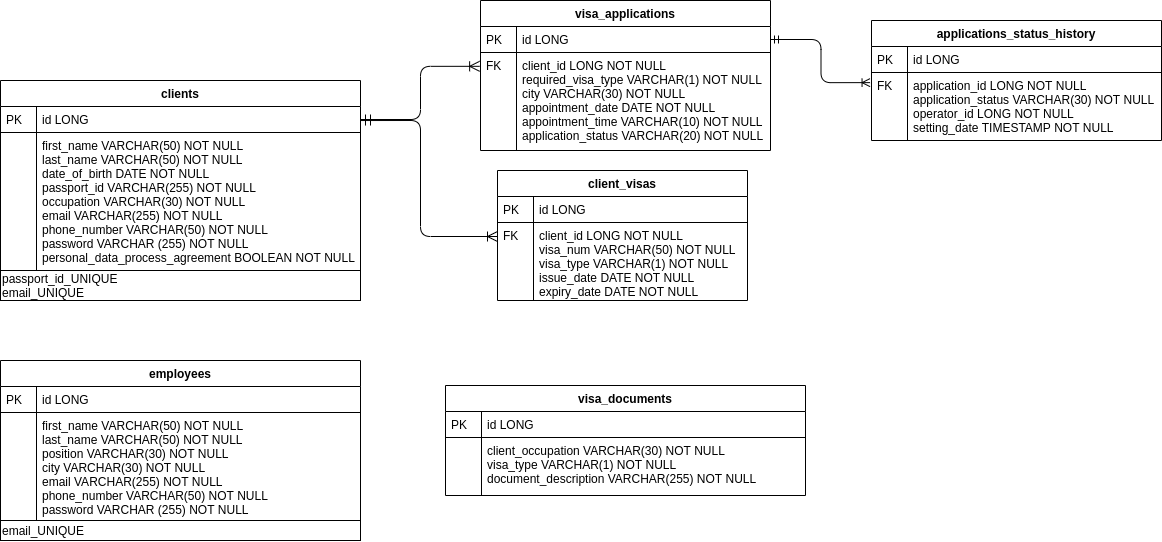
The draw.io diagram images/db.png in olegyev/polish-visa-center, before a commit. Source tidied: cells renumbered, new cells last; positions are measured from the earlier drawing's top-left corner, leaving out a move shared by most shapes. Source of this version:
```xml
<mxGraphModel>
  <root>
    <mxCell id="0" />
    <mxCell id="1" parent="0" />
    <mxCell id="2" style="edgeStyle=orthogonalEdgeStyle;endArrow=ERoneToMany;startArrow=ERmandOne;shadow=0;strokeWidth=1;endSize=8;startSize=8;endFill=0;entryX=-0.003;entryY=0.141;entryDx=0;entryDy=0;entryPerimeter=0;" parent="1" edge="1" source="4" target="13">
      <mxGeometry relative="1" as="geometry">
        <Array as="points">
          <mxPoint x="420" y="119" />
          <mxPoint x="420" y="66" />
        </Array>
      </mxGeometry>
    </mxCell>
    <mxCell id="3" value="clients" style="swimlane;fontStyle=1;horizontal=1;startSize=26;rounded=0;shadow=0;strokeWidth=1;" parent="1" vertex="1">
      <mxGeometry y="80" width="360" height="220" as="geometry" />
    </mxCell>
    <mxCell id="4" value="id LONG" style="shape=partialRectangle;top=0;left=0;right=0;bottom=1;align=left;verticalAlign=top;fillColor=none;spacingLeft=40;spacingRight=4;overflow=hidden;points=[[0,0.5],[1,0.5]];portConstraint=eastwest;rounded=0;shadow=0;strokeWidth=1;fontStyle=0;" parent="3" vertex="1">
      <mxGeometry y="26" width="360" height="26" as="geometry" />
    </mxCell>
    <mxCell id="5" value="PK" style="shape=partialRectangle;top=0;left=0;bottom=0;fillColor=none;align=left;verticalAlign=top;spacingLeft=4;spacingRight=4;overflow=hidden;" parent="4" vertex="1">
      <mxGeometry width="36" height="26" as="geometry" />
    </mxCell>
    <mxCell id="6" value="first_name VARCHAR(50) NOT NULL&#10;last_name VARCHAR(50) NOT NULL&#10;date_of_birth DATE NOT NULL&#10;passport_id VARCHAR(255) NOT NULL&#10;occupation VARCHAR(30) NOT NULL&#10;email VARCHAR(255) NOT NULL&#10;phone_number VARCHAR(50) NOT NULL&#10;password VARCHAR (255) NOT NULL&#10;personal_data_process_agreement BOOLEAN NOT NULL " style="shape=partialRectangle;top=0;left=0;right=0;bottom=0;align=left;verticalAlign=top;fillColor=none;spacingLeft=40;spacingRight=4;overflow=hidden;rounded=0;shadow=0;strokeWidth=1;" parent="3" vertex="1">
      <mxGeometry y="52" width="360" height="138" as="geometry" />
    </mxCell>
    <mxCell id="7" style="shape=partialRectangle;top=0;left=0;bottom=0;fillColor=none;align=left;verticalAlign=top;spacingLeft=4;spacingRight=4;overflow=hidden;" parent="6" vertex="1">
      <mxGeometry width="36" height="138" as="geometry" />
    </mxCell>
    <mxCell id="8" value="passport_id_UNIQUE&lt;br&gt;email_UNIQUE" style="text;html=1;align=left;verticalAlign=middle;strokeColor=#000000;fillColor=none;rounded=0;glass=0;" parent="3" vertex="1">
      <mxGeometry y="190" width="360" height="30" as="geometry" />
    </mxCell>
    <mxCell id="9" style="edgeStyle=orthogonalEdgeStyle;rounded=1;jettySize=auto;html=1;endArrow=ERoneToMany;endFill=0;strokeColor=#000000;startArrow=ERmandOne;startFill=0;exitX=1;exitY=0.5;exitDx=0;exitDy=0;entryX=-0.005;entryY=0.149;entryDx=0;entryDy=0;entryPerimeter=0;" parent="1" edge="1" source="11" target="24">
      <mxGeometry relative="1" as="geometry" />
    </mxCell>
    <mxCell id="10" value="visa_applications" style="swimlane;fontStyle=1;horizontal=1;startSize=26;rounded=0;shadow=0;strokeWidth=1;" parent="1" vertex="1">
      <mxGeometry x="480" width="290" height="150" as="geometry" />
    </mxCell>
    <mxCell id="11" value="id LONG" style="shape=partialRectangle;top=0;left=0;right=0;bottom=1;align=left;verticalAlign=top;fillColor=none;spacingLeft=40;spacingRight=4;overflow=hidden;points=[[0,0.5],[1,0.5]];portConstraint=eastwest;rounded=0;shadow=0;strokeWidth=1;fontStyle=0;" parent="10" vertex="1">
      <mxGeometry y="26" width="290" height="26" as="geometry" />
    </mxCell>
    <mxCell id="12" value="PK" style="shape=partialRectangle;top=0;left=0;bottom=0;fillColor=none;align=left;verticalAlign=top;spacingLeft=4;spacingRight=4;overflow=hidden;" parent="11" vertex="1">
      <mxGeometry width="36" height="26" as="geometry" />
    </mxCell>
    <mxCell id="13" value="client_id LONG NOT NULL&#10;required_visa_type VARCHAR(1) NOT NULL&#10;city VARCHAR(30) NOT NULL&#10;appointment_date DATE NOT NULL&#10;appointment_time VARCHAR(10) NOT NULL&#10;application_status VARCHAR(20) NOT NULL&#10;" style="shape=partialRectangle;top=0;left=0;right=0;bottom=0;align=left;verticalAlign=top;fillColor=none;spacingLeft=40;spacingRight=4;overflow=hidden;points=[[0,0.5],[1,0.5]];portConstraint=eastwest;rounded=0;shadow=0;strokeWidth=1;" parent="10" vertex="1">
      <mxGeometry y="52" width="290" height="98" as="geometry" />
    </mxCell>
    <mxCell id="14" value="FK" style="shape=partialRectangle;top=0;left=0;bottom=0;fillColor=none;align=left;verticalAlign=top;spacingLeft=4;spacingRight=4;overflow=hidden;" parent="13" vertex="1">
      <mxGeometry width="36" height="98" as="geometry" />
    </mxCell>
    <mxCell id="15" style="edgeStyle=orthogonalEdgeStyle;endArrow=ERoneToMany;startArrow=ERmandOne;shadow=0;strokeWidth=1;endSize=8;startSize=8;endFill=0;" parent="1" edge="1" target="19">
      <mxGeometry relative="1" as="geometry">
        <mxPoint x="360" y="120" as="sourcePoint" />
        <Array as="points">
          <mxPoint x="420" y="120" />
          <mxPoint x="420" y="236" />
        </Array>
      </mxGeometry>
    </mxCell>
    <mxCell id="16" value="client_visas" style="swimlane;fontStyle=1;horizontal=1;startSize=26;rounded=0;shadow=0;strokeWidth=1;" parent="1" vertex="1">
      <mxGeometry x="497" y="170" width="250" height="130" as="geometry" />
    </mxCell>
    <mxCell id="17" value="id LONG" style="shape=partialRectangle;top=0;left=0;right=0;bottom=1;align=left;verticalAlign=top;fillColor=none;spacingLeft=40;spacingRight=4;overflow=hidden;rounded=0;shadow=0;strokeWidth=1;fontStyle=0;" parent="16" vertex="1">
      <mxGeometry y="26" width="250" height="26" as="geometry" />
    </mxCell>
    <mxCell id="18" value="PK" style="shape=partialRectangle;top=0;left=0;bottom=0;fillColor=none;align=left;verticalAlign=top;spacingLeft=4;spacingRight=4;overflow=hidden;" parent="17" vertex="1">
      <mxGeometry width="36" height="26" as="geometry" />
    </mxCell>
    <mxCell id="19" value="client_id LONG NOT NULL&#10;visa_num VARCHAR(50) NOT NULL&#10;visa_type VARCHAR(1) NOT NULL&#10;issue_date DATE NOT NULL&#10;expiry_date DATE NOT NULL&#10;" style="shape=partialRectangle;top=0;left=0;right=0;bottom=0;align=left;verticalAlign=top;fillColor=none;spacingLeft=40;spacingRight=4;overflow=hidden;points=[[0,0.5],[1,0.5]];portConstraint=eastwest;rounded=0;shadow=0;strokeWidth=1;" parent="16" vertex="1">
      <mxGeometry y="52" width="250" height="78" as="geometry" />
    </mxCell>
    <mxCell id="20" value="FK" style="shape=partialRectangle;top=0;left=0;bottom=0;fillColor=none;align=left;verticalAlign=top;spacingLeft=4;spacingRight=4;overflow=hidden;" parent="19" vertex="1">
      <mxGeometry width="36" height="78" as="geometry" />
    </mxCell>
    <mxCell id="21" value="applications_status_history" style="swimlane;fontStyle=1;horizontal=1;startSize=26;rounded=0;shadow=0;strokeWidth=1;" parent="1" vertex="1">
      <mxGeometry x="871" y="20" width="290" height="120" as="geometry" />
    </mxCell>
    <mxCell id="22" value="id LONG" style="shape=partialRectangle;top=0;left=0;right=0;bottom=1;align=left;verticalAlign=top;fillColor=none;spacingLeft=40;spacingRight=4;overflow=hidden;rounded=0;shadow=0;strokeWidth=1;fontStyle=0;" parent="21" vertex="1">
      <mxGeometry y="26" width="290" height="26" as="geometry" />
    </mxCell>
    <mxCell id="23" value="PK" style="shape=partialRectangle;top=0;left=0;bottom=0;fillColor=none;align=left;verticalAlign=top;spacingLeft=4;spacingRight=4;overflow=hidden;" parent="22" vertex="1">
      <mxGeometry width="36" height="26" as="geometry" />
    </mxCell>
    <mxCell id="24" value="application_id LONG NOT NULL&#10;application_status VARCHAR(30) NOT NULL&#10;operator_id LONG NOT NULL&#10;setting_date TIMESTAMP NOT NULL&#10;" style="shape=partialRectangle;top=0;left=0;right=0;bottom=0;align=left;verticalAlign=top;fillColor=none;spacingLeft=40;spacingRight=4;overflow=hidden;points=[[0,0.5],[1,0.5]];portConstraint=eastwest;rounded=0;shadow=0;strokeWidth=1;" parent="21" vertex="1">
      <mxGeometry y="52" width="290" height="68" as="geometry" />
    </mxCell>
    <mxCell id="25" value="FK" style="shape=partialRectangle;top=0;left=0;bottom=0;fillColor=none;align=left;verticalAlign=top;spacingLeft=4;spacingRight=4;overflow=hidden;" parent="24" vertex="1">
      <mxGeometry width="36" height="68" as="geometry" />
    </mxCell>
    <mxCell id="26" value="employees" style="swimlane;fontStyle=1;horizontal=1;startSize=26;rounded=0;shadow=0;strokeWidth=1;" parent="1" vertex="1">
      <mxGeometry y="360" width="360" height="180" as="geometry" />
    </mxCell>
    <mxCell id="27" value="id LONG" style="shape=partialRectangle;top=0;left=0;right=0;bottom=1;align=left;verticalAlign=top;fillColor=none;spacingLeft=40;spacingRight=4;overflow=hidden;rounded=0;shadow=0;strokeWidth=1;fontStyle=0;" parent="26" vertex="1">
      <mxGeometry y="26" width="360" height="26" as="geometry" />
    </mxCell>
    <mxCell id="28" value="PK" style="shape=partialRectangle;top=0;left=0;bottom=0;fillColor=none;align=left;verticalAlign=top;spacingLeft=4;spacingRight=4;overflow=hidden;" parent="27" vertex="1">
      <mxGeometry width="36" height="26" as="geometry" />
    </mxCell>
    <mxCell id="29" value="first_name VARCHAR(50) NOT NULL&#10;last_name VARCHAR(50) NOT NULL&#10;position VARCHAR(30) NOT NULL&#10;city VARCHAR(30) NOT NULL&#10;email VARCHAR(255) NOT NULL&#10;phone_number VARCHAR(50) NOT NULL&#10;password VARCHAR (255) NOT NULL" style="shape=partialRectangle;top=0;left=0;right=0;bottom=0;align=left;verticalAlign=top;fillColor=none;spacingLeft=40;spacingRight=4;overflow=hidden;rounded=0;shadow=0;strokeWidth=1;" parent="26" vertex="1">
      <mxGeometry y="52" width="360" height="108" as="geometry" />
    </mxCell>
    <mxCell id="30" style="shape=partialRectangle;top=0;left=0;bottom=0;fillColor=none;align=left;verticalAlign=top;spacingLeft=4;spacingRight=4;overflow=hidden;" parent="29" vertex="1">
      <mxGeometry width="36" height="108" as="geometry" />
    </mxCell>
    <mxCell id="31" value="email_UNIQUE" style="text;html=1;align=left;verticalAlign=middle;strokeColor=#000000;fillColor=none;rounded=0;glass=0;" parent="26" vertex="1">
      <mxGeometry y="160" width="360" height="20" as="geometry" />
    </mxCell>
    <mxCell id="32" value="visa_documents" style="swimlane;fontStyle=1;horizontal=1;startSize=26;rounded=0;shadow=0;strokeWidth=1;" parent="1" vertex="1">
      <mxGeometry x="445" y="385" width="360" height="110" as="geometry" />
    </mxCell>
    <mxCell id="33" value="id LONG" style="shape=partialRectangle;top=0;left=0;right=0;bottom=1;align=left;verticalAlign=top;fillColor=none;spacingLeft=40;spacingRight=4;overflow=hidden;rounded=0;shadow=0;strokeWidth=1;fontStyle=0;" parent="32" vertex="1">
      <mxGeometry y="26" width="360" height="26" as="geometry" />
    </mxCell>
    <mxCell id="34" value="PK" style="shape=partialRectangle;top=0;left=0;bottom=0;fillColor=none;align=left;verticalAlign=top;spacingLeft=4;spacingRight=4;overflow=hidden;" parent="33" vertex="1">
      <mxGeometry width="36" height="26" as="geometry" />
    </mxCell>
    <mxCell id="35" value="client_occupation VARCHAR(30) NOT NULL&#10;visa_type VARCHAR(1) NOT NULL&#10;document_description VARCHAR(255) NOT NULL" style="shape=partialRectangle;top=0;left=0;right=0;bottom=0;align=left;verticalAlign=top;fillColor=none;spacingLeft=40;spacingRight=4;overflow=hidden;rounded=0;shadow=0;strokeWidth=1;" parent="32" vertex="1">
      <mxGeometry y="52" width="360" height="58" as="geometry" />
    </mxCell>
    <mxCell id="36" style="shape=partialRectangle;top=0;left=0;bottom=0;fillColor=none;align=left;verticalAlign=top;spacingLeft=4;spacingRight=4;overflow=hidden;" parent="35" vertex="1">
      <mxGeometry width="36" height="58" as="geometry" />
    </mxCell>
  </root>
</mxGraphModel>
```
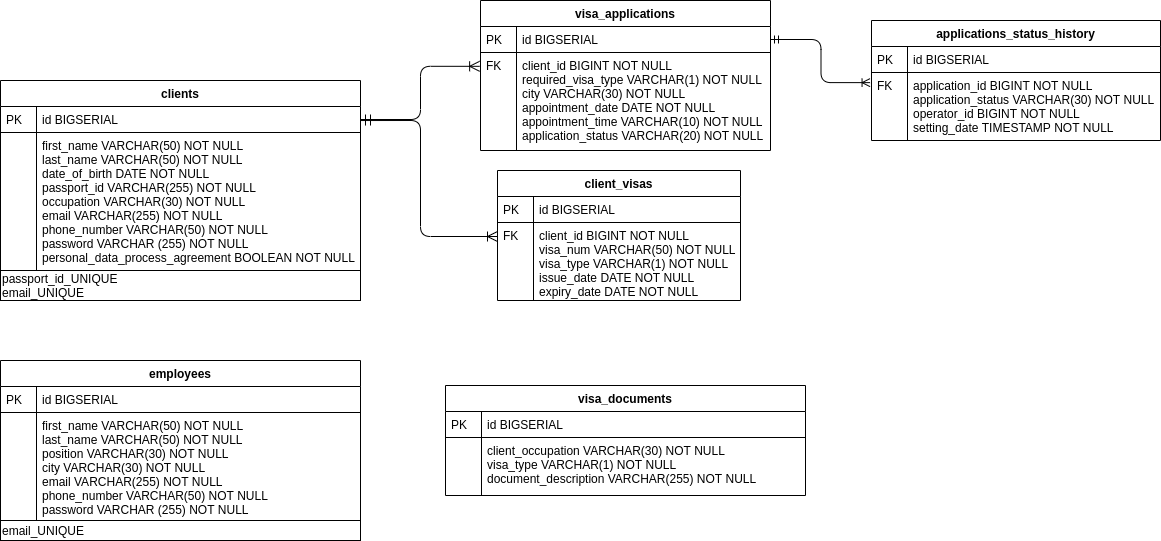
Later version of the same file.

What changed in the source:
```diff
@@ -13,7 +13,7 @@
     <mxCell id="3" value="clients" style="swimlane;fontStyle=1;horizontal=1;startSize=26;rounded=0;shadow=0;strokeWidth=1;" parent="1" vertex="1">
       <mxGeometry y="80" width="360" height="220" as="geometry" />
     </mxCell>
-    <mxCell id="4" value="id LONG" style="shape=partialRectangle;top=0;left=0;right=0;bottom=1;align=left;verticalAlign=top;fillColor=none;spacingLeft=40;spacingRight=4;overflow=hidden;points=[[0,0.5],[1,0.5]];portConstraint=eastwest;rounded=0;shadow=0;strokeWidth=1;fontStyle=0;" parent="3" vertex="1">
+    <mxCell id="4" value="id BIGSERIAL" style="shape=partialRectangle;top=0;left=0;right=0;bottom=1;align=left;verticalAlign=top;fillColor=none;spacingLeft=40;spacingRight=4;overflow=hidden;points=[[0,0.5],[1,0.5]];portConstraint=eastwest;rounded=0;shadow=0;strokeWidth=1;fontStyle=0;" parent="3" vertex="1">
       <mxGeometry y="26" width="360" height="26" as="geometry" />
     </mxCell>
     <mxCell id="5" value="PK" style="shape=partialRectangle;top=0;left=0;bottom=0;fillColor=none;align=left;verticalAlign=top;spacingLeft=4;spacingRight=4;overflow=hidden;" parent="4" vertex="1">
@@ -34,13 +34,13 @@
     <mxCell id="10" value="visa_applications" style="swimlane;fontStyle=1;horizontal=1;startSize=26;rounded=0;shadow=0;strokeWidth=1;" parent="1" vertex="1">
       <mxGeometry x="480" width="290" height="150" as="geometry" />
     </mxCell>
-    <mxCell id="11" value="id LONG" style="shape=partialRectangle;top=0;left=0;right=0;bottom=1;align=left;verticalAlign=top;fillColor=none;spacingLeft=40;spacingRight=4;overflow=hidden;points=[[0,0.5],[1,0.5]];portConstraint=eastwest;rounded=0;shadow=0;strokeWidth=1;fontStyle=0;" parent="10" vertex="1">
+    <mxCell id="11" value="id BIGSERIAL" style="shape=partialRectangle;top=0;left=0;right=0;bottom=1;align=left;verticalAlign=top;fillColor=none;spacingLeft=40;spacingRight=4;overflow=hidden;points=[[0,0.5],[1,0.5]];portConstraint=eastwest;rounded=0;shadow=0;strokeWidth=1;fontStyle=0;" parent="10" vertex="1">
       <mxGeometry y="26" width="290" height="26" as="geometry" />
     </mxCell>
     <mxCell id="12" value="PK" style="shape=partialRectangle;top=0;left=0;bottom=0;fillColor=none;align=left;verticalAlign=top;spacingLeft=4;spacingRight=4;overflow=hidden;" parent="11" vertex="1">
       <mxGeometry width="36" height="26" as="geometry" />
     </mxCell>
-    <mxCell id="13" value="client_id LONG NOT NULL&#10;required_visa_type VARCHAR(1) NOT NULL&#10;city VARCHAR(30) NOT NULL&#10;appointment_date DATE NOT NULL&#10;appointment_time VARCHAR(10) NOT NULL&#10;application_status VARCHAR(20) NOT NULL&#10;" style="shape=partialRectangle;top=0;left=0;right=0;bottom=0;align=left;verticalAlign=top;fillColor=none;spacingLeft=40;spacingRight=4;overflow=hidden;points=[[0,0.5],[1,0.5]];portConstraint=eastwest;rounded=0;shadow=0;strokeWidth=1;" parent="10" vertex="1">
+    <mxCell id="13" value="client_id BIGINT NOT NULL&#10;required_visa_type VARCHAR(1) NOT NULL&#10;city VARCHAR(30) NOT NULL&#10;appointment_date DATE NOT NULL&#10;appointment_time VARCHAR(10) NOT NULL&#10;application_status VARCHAR(20) NOT NULL&#10;" style="shape=partialRectangle;top=0;left=0;right=0;bottom=0;align=left;verticalAlign=top;fillColor=none;spacingLeft=40;spacingRight=4;overflow=hidden;points=[[0,0.5],[1,0.5]];portConstraint=eastwest;rounded=0;shadow=0;strokeWidth=1;" parent="10" vertex="1">
       <mxGeometry y="52" width="290" height="98" as="geometry" />
     </mxCell>
     <mxCell id="14" value="FK" style="shape=partialRectangle;top=0;left=0;bottom=0;fillColor=none;align=left;verticalAlign=top;spacingLeft=4;spacingRight=4;overflow=hidden;" parent="13" vertex="1">
@@ -56,31 +56,31 @@
       </mxGeometry>
     </mxCell>
     <mxCell id="16" value="client_visas" style="swimlane;fontStyle=1;horizontal=1;startSize=26;rounded=0;shadow=0;strokeWidth=1;" parent="1" vertex="1">
-      <mxGeometry x="497" y="170" width="250" height="130" as="geometry" />
+      <mxGeometry x="497" y="170" width="243" height="130" as="geometry" />
     </mxCell>
-    <mxCell id="17" value="id LONG" style="shape=partialRectangle;top=0;left=0;right=0;bottom=1;align=left;verticalAlign=top;fillColor=none;spacingLeft=40;spacingRight=4;overflow=hidden;rounded=0;shadow=0;strokeWidth=1;fontStyle=0;" parent="16" vertex="1">
-      <mxGeometry y="26" width="250" height="26" as="geometry" />
+    <mxCell id="17" value="id BIGSERIAL" style="shape=partialRectangle;top=0;left=0;right=0;bottom=1;align=left;verticalAlign=top;fillColor=none;spacingLeft=40;spacingRight=4;overflow=hidden;rounded=0;shadow=0;strokeWidth=1;fontStyle=0;" parent="16" vertex="1">
+      <mxGeometry y="26" width="243" height="26" as="geometry" />
     </mxCell>
     <mxCell id="18" value="PK" style="shape=partialRectangle;top=0;left=0;bottom=0;fillColor=none;align=left;verticalAlign=top;spacingLeft=4;spacingRight=4;overflow=hidden;" parent="17" vertex="1">
       <mxGeometry width="36" height="26" as="geometry" />
     </mxCell>
-    <mxCell id="19" value="client_id LONG NOT NULL&#10;visa_num VARCHAR(50) NOT NULL&#10;visa_type VARCHAR(1) NOT NULL&#10;issue_date DATE NOT NULL&#10;expiry_date DATE NOT NULL&#10;" style="shape=partialRectangle;top=0;left=0;right=0;bottom=0;align=left;verticalAlign=top;fillColor=none;spacingLeft=40;spacingRight=4;overflow=hidden;points=[[0,0.5],[1,0.5]];portConstraint=eastwest;rounded=0;shadow=0;strokeWidth=1;" parent="16" vertex="1">
-      <mxGeometry y="52" width="250" height="78" as="geometry" />
+    <mxCell id="19" value="client_id BIGINT NOT NULL&#10;visa_num VARCHAR(50) NOT NULL&#10;visa_type VARCHAR(1) NOT NULL&#10;issue_date DATE NOT NULL&#10;expiry_date DATE NOT NULL&#10;" style="shape=partialRectangle;top=0;left=0;right=0;bottom=0;align=left;verticalAlign=top;fillColor=none;spacingLeft=40;spacingRight=4;overflow=hidden;points=[[0,0.5],[1,0.5]];portConstraint=eastwest;rounded=0;shadow=0;strokeWidth=1;" parent="16" vertex="1">
+      <mxGeometry y="52" width="243" height="78" as="geometry" />
     </mxCell>
     <mxCell id="20" value="FK" style="shape=partialRectangle;top=0;left=0;bottom=0;fillColor=none;align=left;verticalAlign=top;spacingLeft=4;spacingRight=4;overflow=hidden;" parent="19" vertex="1">
       <mxGeometry width="36" height="78" as="geometry" />
     </mxCell>
     <mxCell id="21" value="applications_status_history" style="swimlane;fontStyle=1;horizontal=1;startSize=26;rounded=0;shadow=0;strokeWidth=1;" parent="1" vertex="1">
-      <mxGeometry x="871" y="20" width="290" height="120" as="geometry" />
+      <mxGeometry x="871" y="20" width="289" height="120" as="geometry" />
     </mxCell>
-    <mxCell id="22" value="id LONG" style="shape=partialRectangle;top=0;left=0;right=0;bottom=1;align=left;verticalAlign=top;fillColor=none;spacingLeft=40;spacingRight=4;overflow=hidden;rounded=0;shadow=0;strokeWidth=1;fontStyle=0;" parent="21" vertex="1">
-      <mxGeometry y="26" width="290" height="26" as="geometry" />
+    <mxCell id="22" value="id BIGSERIAL" style="shape=partialRectangle;top=0;left=0;right=0;bottom=1;align=left;verticalAlign=top;fillColor=none;spacingLeft=40;spacingRight=4;overflow=hidden;rounded=0;shadow=0;strokeWidth=1;fontStyle=0;" parent="21" vertex="1">
+      <mxGeometry y="26" width="289" height="26" as="geometry" />
     </mxCell>
     <mxCell id="23" value="PK" style="shape=partialRectangle;top=0;left=0;bottom=0;fillColor=none;align=left;verticalAlign=top;spacingLeft=4;spacingRight=4;overflow=hidden;" parent="22" vertex="1">
       <mxGeometry width="36" height="26" as="geometry" />
     </mxCell>
-    <mxCell id="24" value="application_id LONG NOT NULL&#10;application_status VARCHAR(30) NOT NULL&#10;operator_id LONG NOT NULL&#10;setting_date TIMESTAMP NOT NULL&#10;" style="shape=partialRectangle;top=0;left=0;right=0;bottom=0;align=left;verticalAlign=top;fillColor=none;spacingLeft=40;spacingRight=4;overflow=hidden;points=[[0,0.5],[1,0.5]];portConstraint=eastwest;rounded=0;shadow=0;strokeWidth=1;" parent="21" vertex="1">
-      <mxGeometry y="52" width="290" height="68" as="geometry" />
+    <mxCell id="24" value="application_id BIGINT NOT NULL&#10;application_status VARCHAR(30) NOT NULL&#10;operator_id BIGINT NOT NULL&#10;setting_date TIMESTAMP NOT NULL&#10;" style="shape=partialRectangle;top=0;left=0;right=0;bottom=0;align=left;verticalAlign=top;fillColor=none;spacingLeft=40;spacingRight=4;overflow=hidden;points=[[0,0.5],[1,0.5]];portConstraint=eastwest;rounded=0;shadow=0;strokeWidth=1;" parent="21" vertex="1">
+      <mxGeometry y="52" width="289" height="68" as="geometry" />
     </mxCell>
     <mxCell id="25" value="FK" style="shape=partialRectangle;top=0;left=0;bottom=0;fillColor=none;align=left;verticalAlign=top;spacingLeft=4;spacingRight=4;overflow=hidden;" parent="24" vertex="1">
       <mxGeometry width="36" height="68" as="geometry" />
@@ -88,7 +88,7 @@
     <mxCell id="26" value="employees" style="swimlane;fontStyle=1;horizontal=1;startSize=26;rounded=0;shadow=0;strokeWidth=1;" parent="1" vertex="1">
       <mxGeometry y="360" width="360" height="180" as="geometry" />
     </mxCell>
-    <mxCell id="27" value="id LONG" style="shape=partialRectangle;top=0;left=0;right=0;bottom=1;align=left;verticalAlign=top;fillColor=none;spacingLeft=40;spacingRight=4;overflow=hidden;rounded=0;shadow=0;strokeWidth=1;fontStyle=0;" parent="26" vertex="1">
+    <mxCell id="27" value="id BIGSERIAL" style="shape=partialRectangle;top=0;left=0;right=0;bottom=1;align=left;verticalAlign=top;fillColor=none;spacingLeft=40;spacingRight=4;overflow=hidden;rounded=0;shadow=0;strokeWidth=1;fontStyle=0;" parent="26" vertex="1">
       <mxGeometry y="26" width="360" height="26" as="geometry" />
     </mxCell>
     <mxCell id="28" value="PK" style="shape=partialRectangle;top=0;left=0;bottom=0;fillColor=none;align=left;verticalAlign=top;spacingLeft=4;spacingRight=4;overflow=hidden;" parent="27" vertex="1">
@@ -106,7 +106,7 @@
     <mxCell id="32" value="visa_documents" style="swimlane;fontStyle=1;horizontal=1;startSize=26;rounded=0;shadow=0;strokeWidth=1;" parent="1" vertex="1">
       <mxGeometry x="445" y="385" width="360" height="110" as="geometry" />
     </mxCell>
-    <mxCell id="33" value="id LONG" style="shape=partialRectangle;top=0;left=0;right=0;bottom=1;align=left;verticalAlign=top;fillColor=none;spacingLeft=40;spacingRight=4;overflow=hidden;rounded=0;shadow=0;strokeWidth=1;fontStyle=0;" parent="32" vertex="1">
+    <mxCell id="33" value="id BIGSERIAL" style="shape=partialRectangle;top=0;left=0;right=0;bottom=1;align=left;verticalAlign=top;fillColor=none;spacingLeft=40;spacingRight=4;overflow=hidden;rounded=0;shadow=0;strokeWidth=1;fontStyle=0;" parent="32" vertex="1">
       <mxGeometry y="26" width="360" height="26" as="geometry" />
     </mxCell>
     <mxCell id="34" value="PK" style="shape=partialRectangle;top=0;left=0;bottom=0;fillColor=none;align=left;verticalAlign=top;spacingLeft=4;spacingRight=4;overflow=hidden;" parent="33" vertex="1">
```
